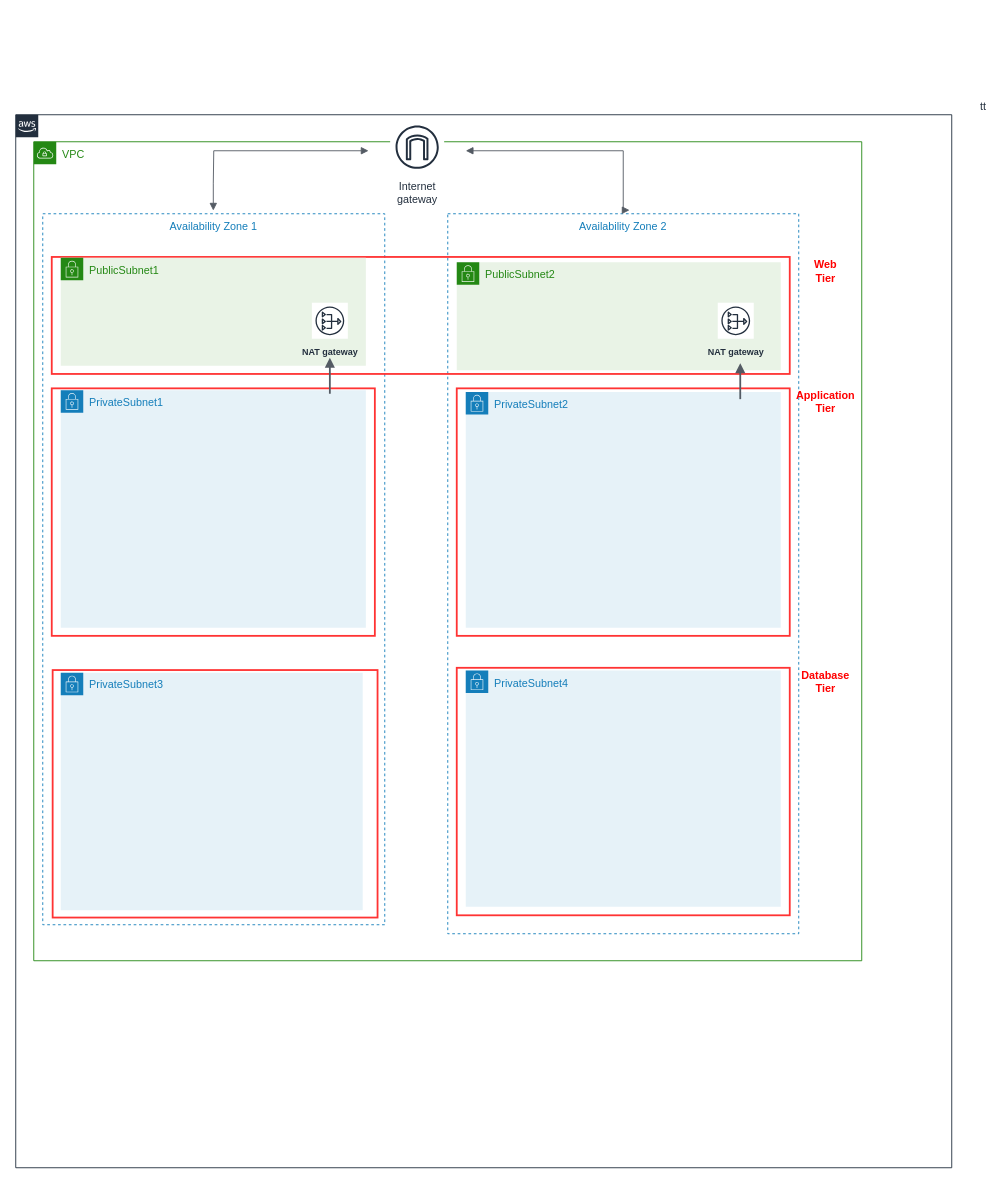
The draw.io diagram aws-iac/AWSInfra01.drawio in blro-ep/ITCNE23-SEM-I, before the edit. Source tidied: cells renumbered, new cells numbered last; positions are measured from the earlier drawing's top-left corner, leaving out a move shared by most shapes. Both pictures are drawn from the tidied source at 90%, with x=0, y=0 at pixel (15, 114).
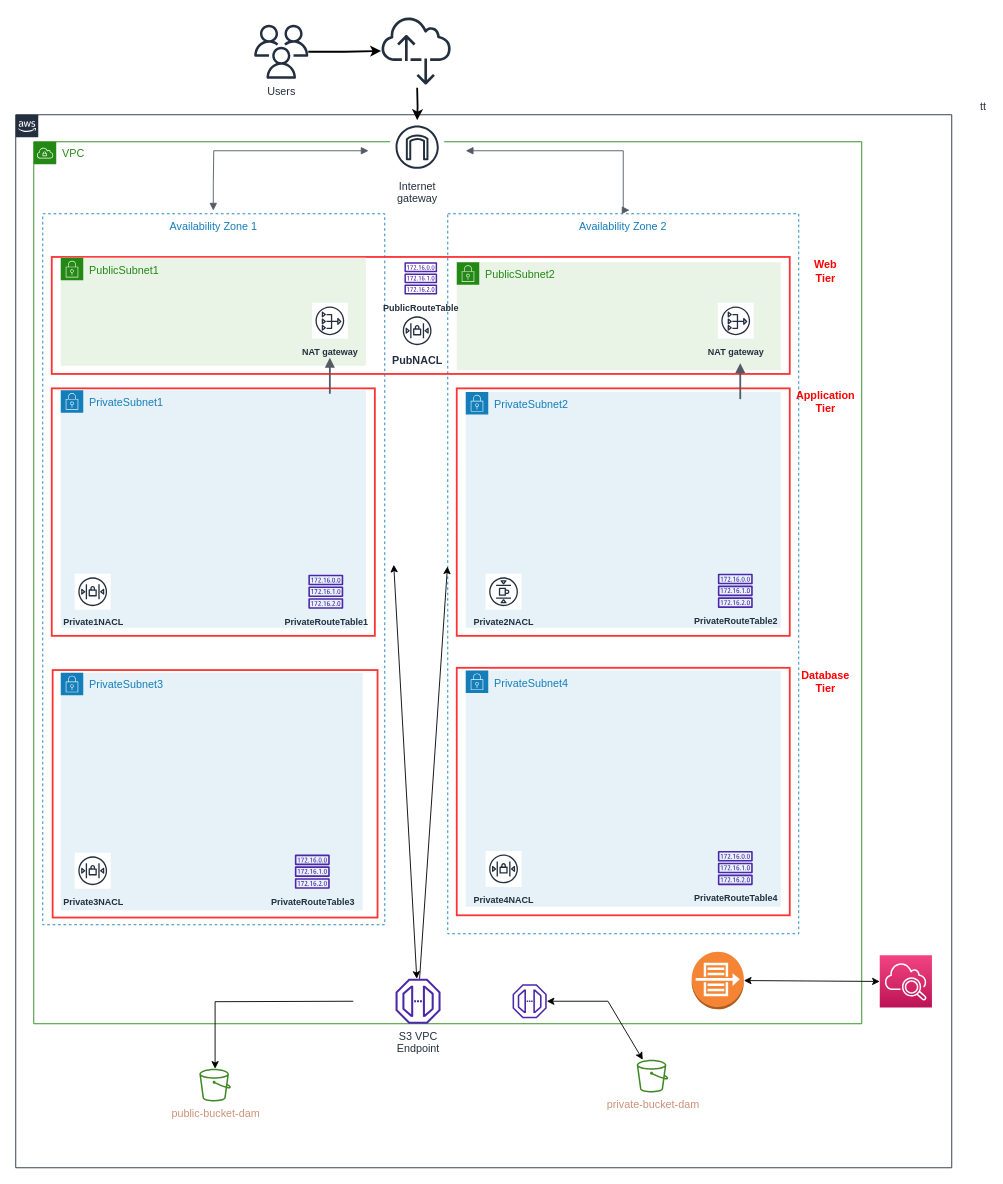
The same page after the edit.

Unchanged cells that the change refers to:
```xml
<mxCell id="18" value="Internet&#10;gateway" style="sketch=0;outlineConnect=0;fontColor=#232F3E;gradientColor=none;strokeColor=#232F3E;fillColor=#ffffff;dashed=0;verticalLabelPosition=bottom;verticalAlign=top;align=center;html=1;fontSize=12;fontStyle=0;shape=mxgraph.aws4.resourceIcon;resIcon=mxgraph.aws4.internet_gateway;" parent="1" vertex="1">
  <mxGeometry x="416" y="6" width="60" height="60" as="geometry" />
</mxCell>
```

Diff of the diagram source:
```diff
@@
     <mxCell id="3" value="VPC" style="gradientColor=none;html=1;whiteSpace=wrap;fontSize=12;fontStyle=0;shape=mxgraph.aws4.group;grIcon=mxgraph.aws4.group_vpc;strokeColor=#248814;fillColor=none;verticalAlign=top;align=left;spacingLeft=30;dashed=0;fontColor=#248814;" parent="1" vertex="1">
-      <mxGeometry x="20" y="30" width="920" height="910" as="geometry" />
+      <mxGeometry x="20" y="30" width="920" height="980" as="geometry" />
     </mxCell>
@@
+    <mxCell id="27" style="edgeStyle=orthogonalEdgeStyle;rounded=0;jettySize=auto;html=1;strokeWidth=2;" parent="1" edge="1" source="28" target="39">
+      <mxGeometry relative="1" as="geometry" />
+    </mxCell>
+    <mxCell id="28" value="Users" style="outlineConnect=0;fontColor=#232F3E;gradientColor=none;fillColor=#232F3E;strokeColor=none;dashed=0;verticalLabelPosition=bottom;verticalAlign=top;align=center;html=1;fontSize=12;fontStyle=0;shape=mxgraph.aws4.users;" parent="1" vertex="1">
+      <mxGeometry x="265" y="-100" width="60" height="60" as="geometry" />
+    </mxCell>
@@
+    <mxCell id="29" style="edgeStyle=orthogonalEdgeStyle;rounded=0;jettySize=auto;html=1;" parent="1" edge="1" target="31">
+      <mxGeometry relative="1" as="geometry">
+        <mxPoint x="375" y="985" as="sourcePoint" />
+      </mxGeometry>
+    </mxCell>
@@
+    <mxCell id="30" style="endArrow=classic;startArrow=classic;html=1;rounded=0;" parent="1" edge="1" target="43">
+      <mxGeometry relative="1" as="geometry">
+        <mxPoint x="420" y="500" as="sourcePoint" />
+      </mxGeometry>
+    </mxCell>
+    <mxCell id="31" value="&lt;font color=&quot;#ce9178&quot;&gt;public-bucket-dam&lt;/font&gt;" style="sketch=0;outlineConnect=0;fontColor=#232F3E;gradientColor=none;fillColor=#3F8624;strokeColor=none;dashed=0;verticalLabelPosition=bottom;verticalAlign=top;align=center;html=1;fontSize=12;fontStyle=0;shape=mxgraph.aws4.bucket;" parent="1" vertex="1">
+      <mxGeometry x="204" y="1060" width="35" height="36.4" as="geometry" />
+    </mxCell>
+    <mxCell id="32" value="&lt;font color=&quot;#ce9178&quot;&gt;private-bucket-dam&lt;/font&gt;" style="sketch=0;outlineConnect=0;fontColor=#232F3E;gradientColor=none;fillColor=#3F8624;strokeColor=none;dashed=0;verticalLabelPosition=bottom;verticalAlign=top;align=center;html=1;fontSize=12;fontStyle=0;shape=mxgraph.aws4.bucket;" parent="1" vertex="1">
+      <mxGeometry x="690" y="1050" width="35" height="36.4" as="geometry" />
+    </mxCell>
+    <mxCell id="33" style="sketch=0;outlineConnect=0;fontColor=#232F3E;gradientColor=none;fillColor=#4D27AA;strokeColor=none;dashed=0;verticalLabelPosition=bottom;verticalAlign=top;align=center;html=1;fontSize=12;fontStyle=0;shape=mxgraph.aws4.endpoint;" parent="1" vertex="1">
+      <mxGeometry x="552" y="966" width="38" height="38" as="geometry" />
+    </mxCell>
+    <mxCell id="34" style="endArrow=classic;startArrow=classic;html=1;rounded=0;" parent="1" edge="1" source="32" target="33">
+      <mxGeometry relative="1" as="geometry">
+        <Array as="points">
+          <mxPoint x="658" y="985" />
+        </Array>
+      </mxGeometry>
+    </mxCell>
+    <mxCell id="35" style="outlineConnect=0;dashed=0;verticalLabelPosition=bottom;verticalAlign=top;align=center;html=1;shape=mxgraph.aws3.flow_logs;fillColor=#F58534;gradientColor=none;" parent="1" vertex="1">
+      <mxGeometry x="751" y="930" width="58" height="64" as="geometry" />
+    </mxCell>
+    <mxCell id="36" style="sketch=0;points=[[0,0,0],[0.25,0,0],[0.5,0,0],[0.75,0,0],[1,0,0],[0,1,0],[0.25,1,0],[0.5,1,0],[0.75,1,0],[1,1,0],[0,0.25,0],[0,0.5,0],[0,0.75,0],[1,0.25,0],[1,0.5,0],[1,0.75,0]];points=[[0,0,0],[0.25,0,0],[0.5,0,0],[0.75,0,0],[1,0,0],[0,1,0],[0.25,1,0],[0.5,1,0],[0.75,1,0],[1,1,0],[0,0.25,0],[0,0.5,0],[0,0.75,0],[1,0.25,0],[1,0.5,0],[1,0.75,0]];outlineConnect=0;fontColor=#232F3E;gradientColor=#F34482;gradientDirection=north;fillColor=#BC1356;strokeColor=#ffffff;dashed=0;verticalLabelPosition=bottom;verticalAlign=top;align=center;html=1;fontSize=12;fontStyle=0;shape=mxgraph.aws4.resourceIcon;resIcon=mxgraph.aws4.cloudwatch_2;" parent="1" vertex="1">
+      <mxGeometry x="960" y="934" width="58" height="58" as="geometry" />
+    </mxCell>
+    <mxCell id="37" style="endArrow=classic;startArrow=classic;html=1;rounded=0;entryX=0;entryY=0.5;entryDx=0;entryDy=0;entryPerimeter=0;exitX=1;exitY=0.5;exitDx=0;exitDy=0;exitPerimeter=0;" parent="1" edge="1" source="35" target="36">
+      <mxGeometry relative="1" as="geometry" />
+    </mxCell>
@@
+    <mxCell id="38" style="edgeStyle=orthogonalEdgeStyle;rounded=0;jettySize=auto;html=1;strokeWidth=2;" parent="1" edge="1" target="18">
+      <mxGeometry relative="1" as="geometry">
+        <mxPoint x="446" y="-30" as="sourcePoint" />
+      </mxGeometry>
+    </mxCell>
+    <mxCell id="39" style="sketch=0;outlineConnect=0;fontColor=#232F3E;gradientColor=none;fillColor=#232F3D;strokeColor=none;dashed=0;verticalLabelPosition=bottom;verticalAlign=top;align=center;html=1;fontSize=12;fontStyle=0;shape=mxgraph.aws4.internet_alt2;" parent="1" vertex="1">
+      <mxGeometry x="406" y="-110" width="78" height="78" as="geometry" />
+    </mxCell>
+    <mxCell id="40" value="&lt;font style=&quot;font-size: 10px;&quot;&gt;&lt;b&gt;PublicRouteTable&lt;/b&gt;&lt;/font&gt;" style="sketch=0;fontColor=#232F3E;gradientColor=none;fillColor=#4D27AA;strokeColor=none;dashed=0;verticalLabelPosition=bottom;verticalAlign=top;align=center;html=1;fontSize=12;fontStyle=0;shape=mxgraph.aws4.route_table;" parent="1" vertex="1">
+      <mxGeometry x="431.8" y="164" width="36.5" height="35.6" as="geometry" />
+    </mxCell>
+    <mxCell id="41" value="&lt;b&gt;&lt;font style=&quot;font-size: 10px;&quot;&gt;PrivateRouteTable1&lt;/font&gt;&lt;/b&gt;" style="sketch=0;fontColor=#232F3E;gradientColor=none;fillColor=#4D27AA;strokeColor=none;dashed=0;verticalLabelPosition=bottom;verticalAlign=top;align=center;html=1;fontSize=12;fontStyle=0;shape=mxgraph.aws4.route_table;" parent="1" vertex="1">
+      <mxGeometry x="325" y="511" width="39" height="38" as="geometry" />
+    </mxCell>
+    <mxCell id="42" value="&lt;b&gt;&lt;font style=&quot;font-size: 10px;&quot;&gt;PrivateRouteTable2&lt;/font&gt;&lt;/b&gt;" style="sketch=0;fontColor=#232F3E;gradientColor=none;fillColor=#4D27AA;strokeColor=none;dashed=0;verticalLabelPosition=bottom;verticalAlign=top;align=center;html=1;fontSize=12;fontStyle=0;shape=mxgraph.aws4.route_table;" parent="1" vertex="1">
+      <mxGeometry x="780" y="510" width="39" height="38" as="geometry" />
+    </mxCell>
+    <mxCell id="43" value="S3 VPC&lt;br&gt;Endpoint&lt;br&gt;" style="sketch=0;outlineConnect=0;fontColor=#232F3E;gradientColor=none;fillColor=#4D27AA;strokeColor=none;dashed=0;verticalLabelPosition=bottom;verticalAlign=top;align=center;html=1;fontSize=12;fontStyle=0;shape=mxgraph.aws4.endpoint;" parent="1" vertex="1">
+      <mxGeometry x="422" y="960" width="50" height="50" as="geometry" />
+    </mxCell>
+    <mxCell id="44" style="endArrow=none;startArrow=classic;html=1;rounded=0;exitX=0.008;exitY=0.638;exitDx=0;exitDy=0;exitPerimeter=0;" parent="1" edge="1" target="43">
+      <mxGeometry relative="1" as="geometry">
+        <mxPoint x="479.7" y="501.9" as="sourcePoint" />
+      </mxGeometry>
+    </mxCell>
@@
+    <mxCell id="45" value="&lt;font style=&quot;font-size: 10px;&quot;&gt;&lt;b&gt;PrivateRouteTable3&lt;/b&gt;&lt;/font&gt;" style="sketch=0;fontColor=#232F3E;gradientColor=none;fillColor=#4D27AA;strokeColor=none;dashed=0;verticalLabelPosition=bottom;verticalAlign=top;align=center;html=1;fontSize=12;fontStyle=0;shape=mxgraph.aws4.route_table;" parent="1" vertex="1">
+      <mxGeometry x="310" y="822" width="39" height="38" as="geometry" />
+    </mxCell>
@@
+    <mxCell id="46" value="&lt;b&gt;&lt;font style=&quot;font-size: 10px;&quot;&gt;PrivateRouteTable4&lt;/font&gt;&lt;/b&gt;" style="sketch=0;fontColor=#232F3E;gradientColor=none;fillColor=#4D27AA;strokeColor=none;dashed=0;verticalLabelPosition=bottom;verticalAlign=top;align=center;html=1;fontSize=12;fontStyle=0;shape=mxgraph.aws4.route_table;" parent="1" vertex="1">
+      <mxGeometry x="780" y="818" width="39" height="38" as="geometry" />
+    </mxCell>
@@
+    <mxCell id="47" value="&lt;font style=&quot;font-size: 10px;&quot;&gt;Private1NACL&lt;/font&gt;" style="sketch=0;fontColor=#232F3E;gradientColor=none;strokeColor=#232F3E;fillColor=#ffffff;dashed=0;verticalLabelPosition=bottom;verticalAlign=top;align=center;html=1;fontSize=12;fontStyle=1;shape=mxgraph.aws4.resourceIcon;resIcon=mxgraph.aws4.network_access_control_list;" parent="1" vertex="1">
+      <mxGeometry x="65.5" y="510" width="40" height="40" as="geometry" />
+    </mxCell>
+    <mxCell id="48" value="PubNACL" style="sketch=0;fontColor=#232F3E;gradientColor=none;strokeColor=#232F3E;fillColor=#ffffff;dashed=0;verticalLabelPosition=bottom;verticalAlign=top;align=center;html=1;fontSize=12;fontStyle=1;shape=mxgraph.aws4.resourceIcon;resIcon=mxgraph.aws4.network_access_control_list;" parent="1" vertex="1">
+      <mxGeometry x="426" y="220" width="40" height="40" as="geometry" />
+    </mxCell>
+    <mxCell id="49" value="&lt;font style=&quot;font-size: 10px;&quot;&gt;Private2NACL&lt;/font&gt;" style="sketch=0;fontColor=#232F3E;gradientColor=none;strokeColor=#232F3E;fillColor=#ffffff;dashed=0;verticalLabelPosition=bottom;verticalAlign=top;align=center;html=1;fontSize=12;fontStyle=1;shape=mxgraph.aws4.resourceIcon;resIcon=mxgraph.aws4.network_access_control_list;direction=south;" parent="1" vertex="1">
+      <mxGeometry x="522" y="510" width="40" height="40" as="geometry" />
+    </mxCell>
+    <mxCell id="50" value="&lt;font style=&quot;font-size: 10px;&quot;&gt;Private3NACL&lt;/font&gt;" style="sketch=0;fontColor=#232F3E;gradientColor=none;strokeColor=#232F3E;fillColor=#ffffff;dashed=0;verticalLabelPosition=bottom;verticalAlign=top;align=center;html=1;fontSize=12;fontStyle=1;shape=mxgraph.aws4.resourceIcon;resIcon=mxgraph.aws4.network_access_control_list;" parent="1" vertex="1">
+      <mxGeometry x="65.5" y="820" width="40" height="40" as="geometry" />
+    </mxCell>
+    <mxCell id="51" value="&lt;font style=&quot;font-size: 10px;&quot;&gt;Private4NACL&lt;/font&gt;" style="sketch=0;fontColor=#232F3E;gradientColor=none;strokeColor=#232F3E;fillColor=#ffffff;dashed=0;verticalLabelPosition=bottom;verticalAlign=top;align=center;html=1;fontSize=12;fontStyle=1;shape=mxgraph.aws4.resourceIcon;resIcon=mxgraph.aws4.network_access_control_list;" parent="1" vertex="1">
+      <mxGeometry x="522" y="818" width="40" height="40" as="geometry" />
+    </mxCell>
```
